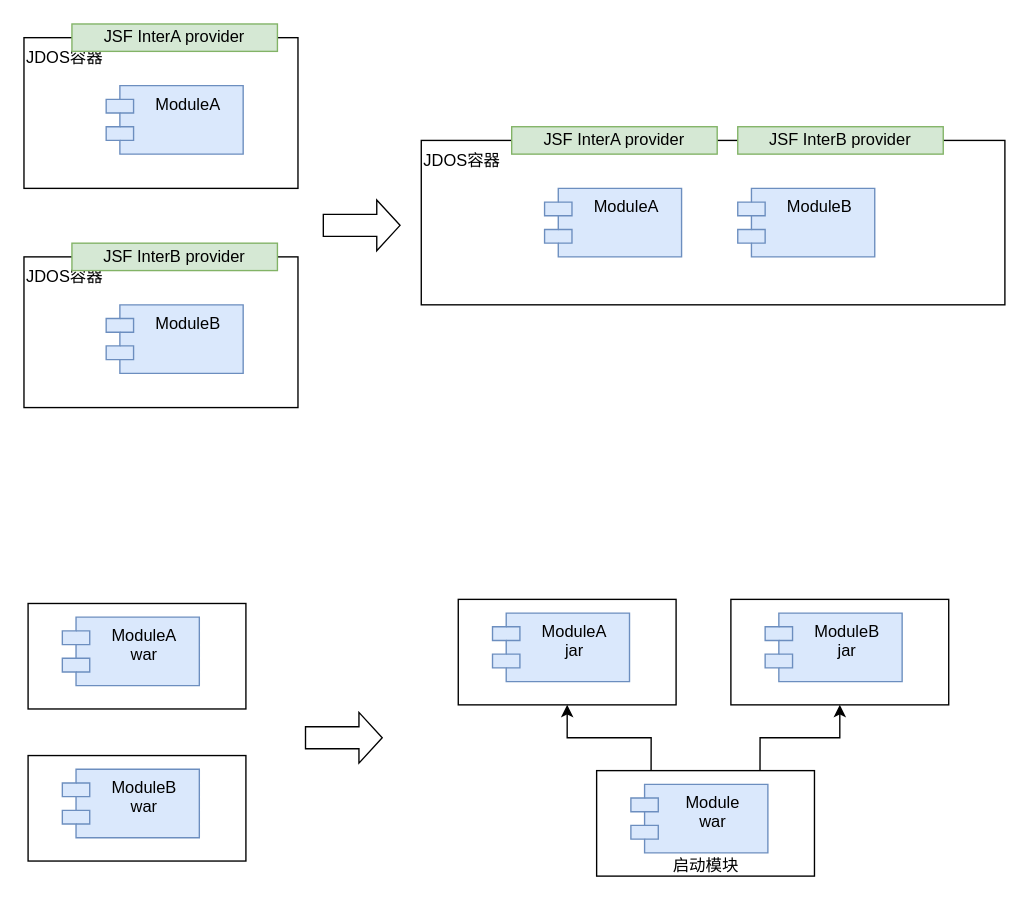
Above: 多召回模块合并部署.drawio in BlankKelly/diagrams (draw.io), before the change. Source tidied: cells renumbered, new cells numbered last; positions are measured from the earlier drawing's top-left corner, leaving out a move shared by most shapes. Both pictures are drawn from the tidied source at 137%, with x=0, y=0 at pixel (23, 23).
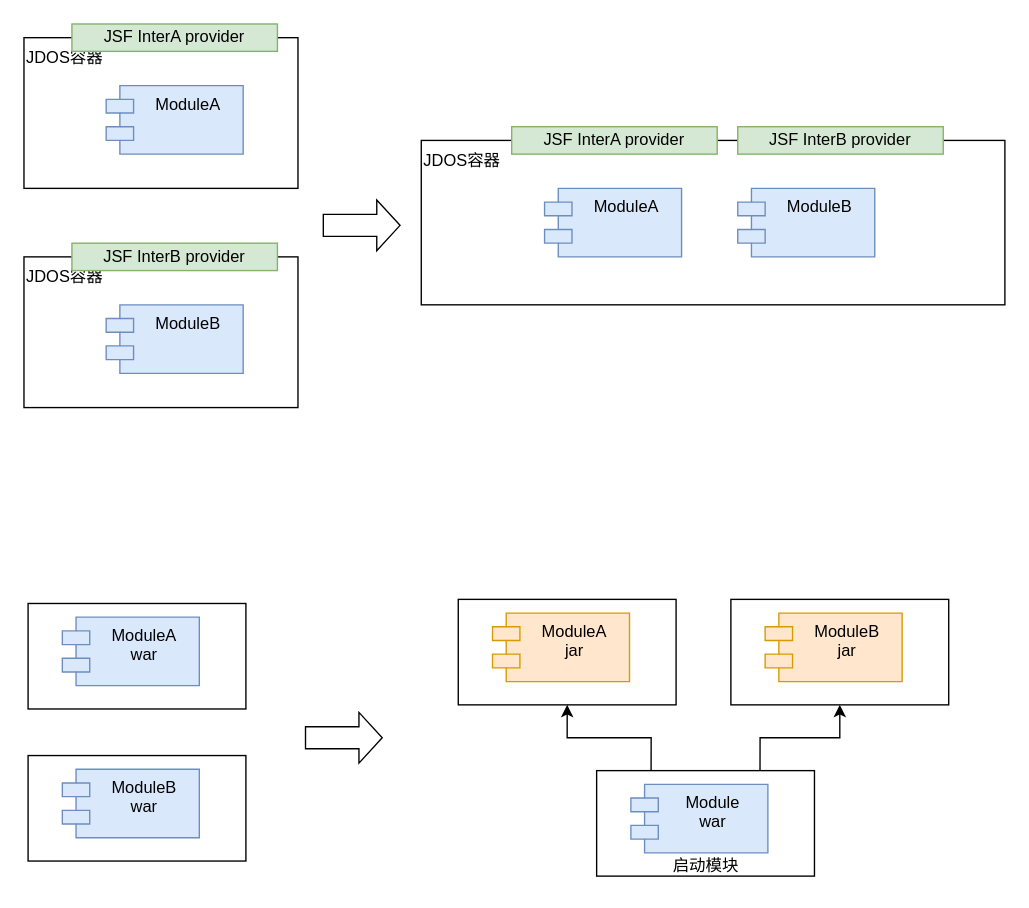
After the change.

Commit message:
更新多召回模块合并部署.drawio

The edit, as a diff of the source:
```diff
@@
-    <mxCell id="21" value="ModuleA&#10;jar" style="shape=module;align=left;spacingLeft=20;align=center;verticalAlign=top;fillColor=#dae8fc;strokeColor=#6c8ebf;" parent="1" vertex="1">
+    <mxCell id="21" value="ModuleA&#10;jar" style="shape=module;align=left;spacingLeft=20;align=center;verticalAlign=top;fillColor=#ffe6cc;strokeColor=#d79b00;" parent="1" vertex="1">
       <mxGeometry x="342" y="430" width="100" height="50" as="geometry" />
     </mxCell>
@@
-    <mxCell id="23" value="ModuleB&#10;jar" style="shape=module;align=left;spacingLeft=20;align=center;verticalAlign=top;fillColor=#dae8fc;strokeColor=#6c8ebf;" parent="1" vertex="1">
+    <mxCell id="23" value="ModuleB&#10;jar" style="shape=module;align=left;spacingLeft=20;align=center;verticalAlign=top;fillColor=#ffe6cc;strokeColor=#d79b00;" parent="1" vertex="1">
       <mxGeometry x="541" y="430" width="100" height="50" as="geometry" />
     </mxCell>
```
